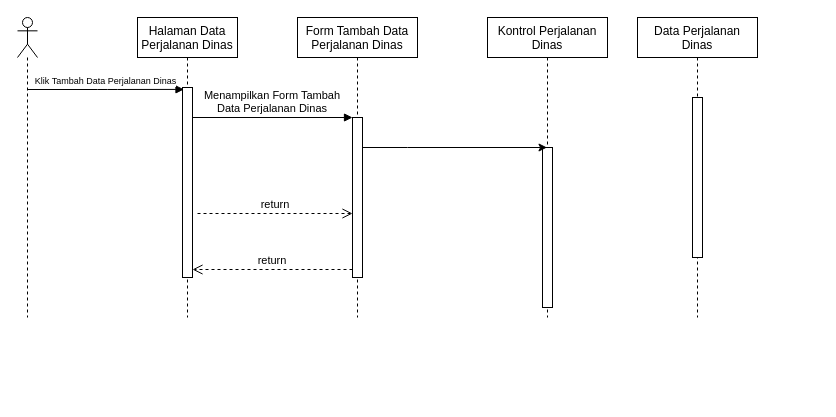
Above: Sequence.drawio in WahyudinAkbar/uml_diagrams (draw.io), before the change. Source tidied: cells renumbered, new cells numbered last; positions are measured from the earlier drawing's top-left corner, leaving out a move shared by most shapes. Both pictures are drawn from the tidied source at 100%, with x=0, y=0 at pixel (17, 17).
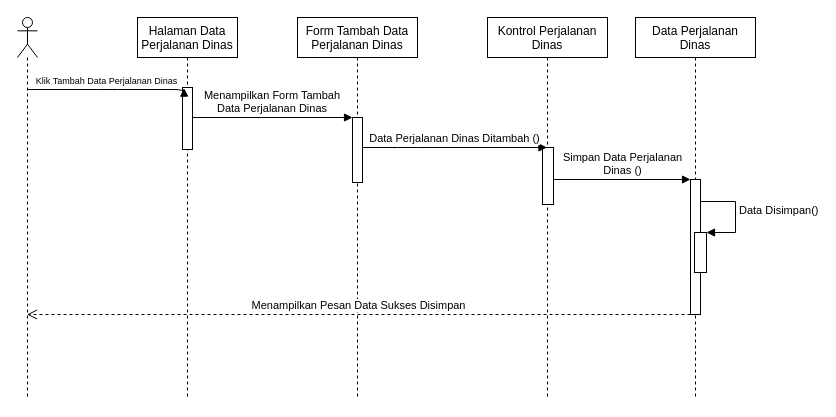
Above is the later version.

The edit, as a diff of the source:
```diff
@@
     <mxCell id="2" value="Halaman Data &#10;Perjalanan Dinas" style="shape=umlLifeline;perimeter=lifelinePerimeter;rounded=0;shadow=0;strokeWidth=1;" parent="1" vertex="1">
-      <mxGeometry x="120" width="100" height="300" as="geometry" />
+      <mxGeometry x="120" width="100" height="382" as="geometry" />
     </mxCell>
     <mxCell id="3" style="points=[];perimeter=orthogonalPerimeter;rounded=0;shadow=0;strokeWidth=1;" parent="2" vertex="1">
-      <mxGeometry x="45" y="70" width="10" height="190" as="geometry" />
+      <mxGeometry x="45" y="70" width="10" height="62" as="geometry" />
     </mxCell>
     <mxCell id="4" value="Form Tambah Data&#10;Perjalanan Dinas" style="shape=umlLifeline;perimeter=lifelinePerimeter;rounded=0;shadow=0;strokeWidth=1;" parent="1" vertex="1">
-      <mxGeometry x="280" width="120" height="300" as="geometry" />
+      <mxGeometry x="280" width="120" height="382" as="geometry" />
     </mxCell>
     <mxCell id="5" style="points=[];perimeter=orthogonalPerimeter;rounded=0;shadow=0;strokeWidth=1;" parent="4" vertex="1">
-      <mxGeometry x="55" y="100" width="10" height="160" as="geometry" />
+      <mxGeometry x="55" y="100" width="10" height="65" as="geometry" />
     </mxCell>
-    <mxCell id="6" value="return" style="verticalAlign=bottom;endArrow=open;dashed=1;endSize=8;exitX=0;exitY=0.95;shadow=0;strokeWidth=1;" parent="1" edge="1" source="5" target="3">
-      <mxGeometry relative="1" as="geometry" />
-    </mxCell>
@@
-    <mxCell id="8" value="return" style="verticalAlign=bottom;endArrow=open;dashed=1;endSize=8;exitX=1;exitY=0.95;shadow=0;strokeWidth=1;" parent="1" edge="1" target="5">
-      <mxGeometry relative="1" as="geometry">
-        <mxPoint x="180" y="196" as="sourcePoint" />
-      </mxGeometry>
-    </mxCell>
     <mxCell id="9" value="Kontrol Perjalanan&#10;Dinas" style="shape=umlLifeline;perimeter=lifelinePerimeter;rounded=0;shadow=0;strokeWidth=1;" parent="1" vertex="1">
-      <mxGeometry x="470" width="120" height="300" as="geometry" />
+      <mxGeometry x="470" width="120" height="382" as="geometry" />
     </mxCell>
     <mxCell id="10" style="points=[];perimeter=orthogonalPerimeter;rounded=0;shadow=0;strokeWidth=1;" parent="9" vertex="1">
-      <mxGeometry x="55" y="130" width="10" height="160" as="geometry" />
+      <mxGeometry x="55" y="130" width="11" height="57" as="geometry" />
     </mxCell>
     <mxCell id="11" value="Data Perjalanan&#10;Dinas" style="shape=umlLifeline;perimeter=lifelinePerimeter;rounded=0;shadow=0;strokeWidth=1;" parent="1" vertex="1">
-      <mxGeometry x="620" width="120" height="300" as="geometry" />
+      <mxGeometry x="618" width="120" height="382" as="geometry" />
     </mxCell>
     <mxCell id="12" style="points=[];perimeter=orthogonalPerimeter;rounded=0;shadow=0;strokeWidth=1;" parent="11" vertex="1">
-      <mxGeometry x="55" y="80" width="10" height="160" as="geometry" />
+      <mxGeometry x="55" y="162" width="10" height="135" as="geometry" />
     </mxCell>
+    <mxCell id="16" style="html=1;points=[];perimeter=orthogonalPerimeter;" parent="11" vertex="1">
+      <mxGeometry x="59" y="215" width="12" height="40" as="geometry" />
+    </mxCell>
+    <mxCell id="17" value="Data Disimpan()" style="edgeStyle=orthogonalEdgeStyle;html=1;align=left;spacingLeft=2;endArrow=block;rounded=0;entryX=1;entryY=0;exitX=1;exitY=0.206;exitDx=0;exitDy=0;exitPerimeter=0;" parent="11" edge="1" source="12" target="16">
+      <mxGeometry relative="1" as="geometry">
+        <Array as="points">
+          <mxPoint x="65" y="184" />
+          <mxPoint x="100" y="184" />
+          <mxPoint x="100" y="215" />
+        </Array>
+      </mxGeometry>
+    </mxCell>
+    <mxCell id="18" value="Menampilkan Pesan Data Sukses Disimpan" style="html=1;verticalAlign=bottom;endArrow=open;dashed=1;endSize=8;rounded=0;" parent="11" edge="1" target="14">
+      <mxGeometry relative="1" as="geometry">
+        <mxPoint x="55" y="297" as="sourcePoint" />
+      </mxGeometry>
+    </mxCell>
@@
     <mxCell id="14" style="shape=umlLifeline;participant=umlActor;perimeter=lifelinePerimeter;whiteSpace=wrap;html=1;verticalAlign=top;spacingTop=36;outlineConnect=0;" parent="1" vertex="1">
-      <mxGeometry width="20" height="300" as="geometry" />
+      <mxGeometry width="20" height="382" as="geometry" />
     </mxCell>
-    <mxCell id="15" style="edgeStyle=orthogonalEdgeStyle;rounded=0;jettySize=auto;html=1;strokeWidth=1;fontSize=8;" parent="1" edge="1" source="5" target="9">
+    <mxCell id="15" value="Data Perjalanan Dinas Ditambah ()" style="edgeStyle=orthogonalEdgeStyle;rounded=1;jettySize=auto;html=1;strokeWidth=1;fontSize=11;endArrow=block;verticalAlign=bottom;shadow=0;" parent="1" edge="1" source="5" target="9">
       <mxGeometry relative="1" as="geometry">
         <Array as="points">
           <mxPoint x="390" y="130" />
           <mxPoint x="390" y="130" />
         </Array>
       </mxGeometry>
     </mxCell>
+    <mxCell id="19" value="Simpan Data Perjalanan&lt;br&gt;Dinas ()" style="edgeStyle=orthogonalEdgeStyle;rounded=1;jettySize=auto;html=1;endArrow=block;verticalAlign=bottom;shadow=0;strokeWidth=1;" parent="1" edge="1" source="10">
+      <mxGeometry relative="1" as="geometry">
+        <mxPoint x="673" y="162" as="targetPoint" />
+        <Array as="points">
+          <mxPoint x="673" y="162" />
+          <mxPoint x="673" y="162" />
+        </Array>
+      </mxGeometry>
+    </mxCell>
```
